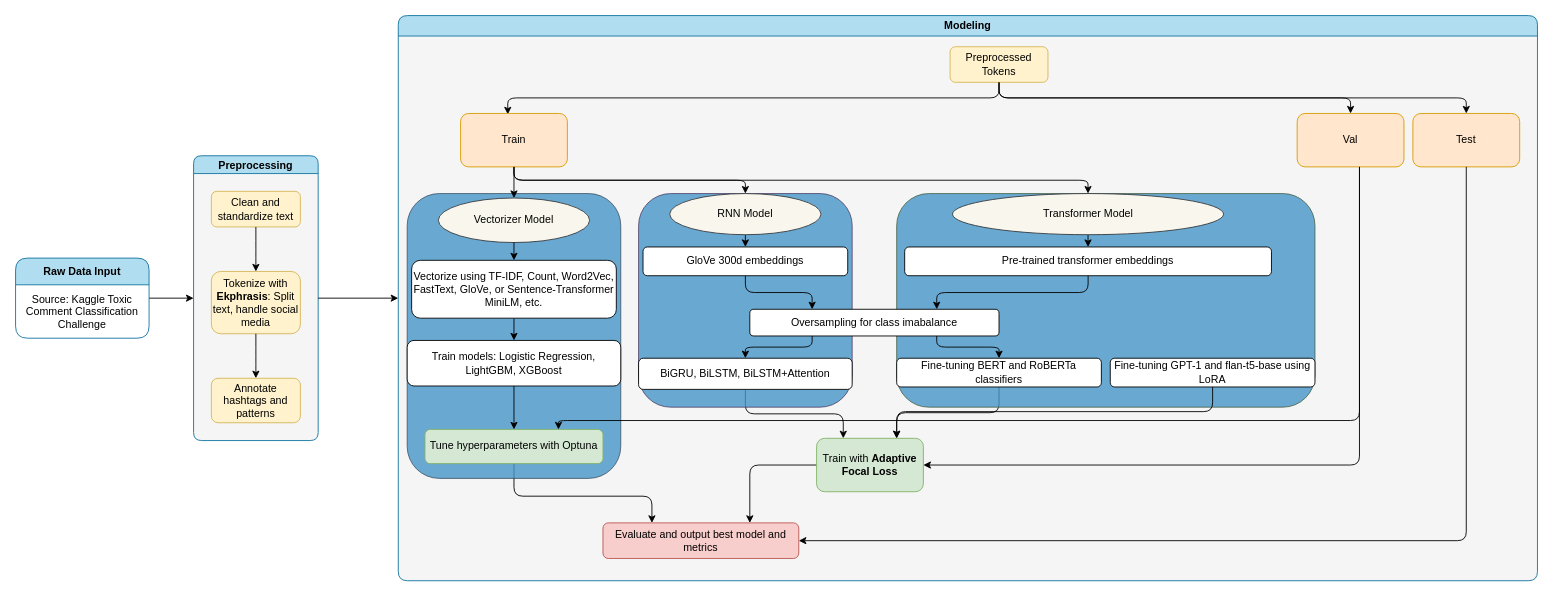
The draw.io diagram pipeline/flowchart.drawio in SuneshSundarasami/Multilabel-Toxicity-Detection-Using-Classical-RNN-and-Transformer-Architectures, before the edit. Source tidied: cells renumbered, new cells numbered last; positions are measured from the earlier drawing's top-left corner, leaving out a move shared by most shapes. Both pictures are drawn from the tidied source at 89%, with x=0, y=0 at pixel (15, 15).
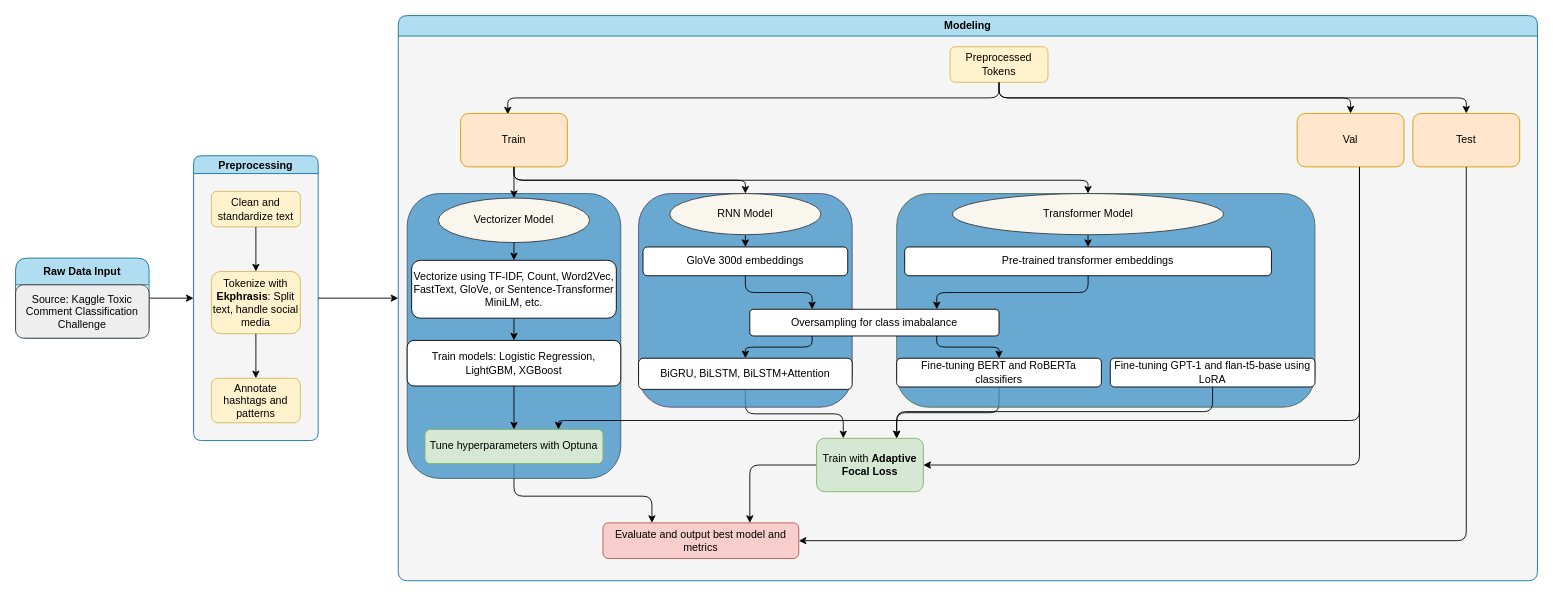
The same diagram, later.

Commit message (it also covers changes not shown here):
Refines flowchart visuals and updates styling

Unchanged cells that the change refers to:
```xml
<mxCell id="3" value="&lt;b&gt;Raw Data Input&lt;/b&gt;" style="swimlane;fontStyle=0;horizontal=1;startSize=30;whiteSpace=wrap;html=1;fillColor=#b1ddf0;strokeColor=#10739e;rounded=1;" parent="1" vertex="1">
  <mxGeometry y="272.5" width="150" height="90" as="geometry" />
</mxCell>
```

Diff of the diagram source:
```diff
@@
-    <mxCell id="4" value="Source: Kaggle Toxic Comment Classification Challenge" style="text;strokeColor=none;fillColor=none;align=center;verticalAlign=middle;spacingLeft=4;spacingRight=4;overflow=hidden;whiteSpace=wrap;html=1;fontSize=12;spacingTop=2;spacingBottom=2;rounded=1;" parent="3" vertex="1">
+    <mxCell id="4" value="Source: Kaggle Toxic Comment Classification Challenge" style="text;strokeColor=#36393d;fillColor=#eeeeee;align=center;verticalAlign=middle;spacingLeft=4;spacingRight=4;overflow=hidden;whiteSpace=wrap;html=1;fontSize=12;spacingTop=2;spacingBottom=2;rounded=1;" parent="3" vertex="1">
       <mxGeometry y="30" width="150" height="60" as="geometry" />
     </mxCell>
```
